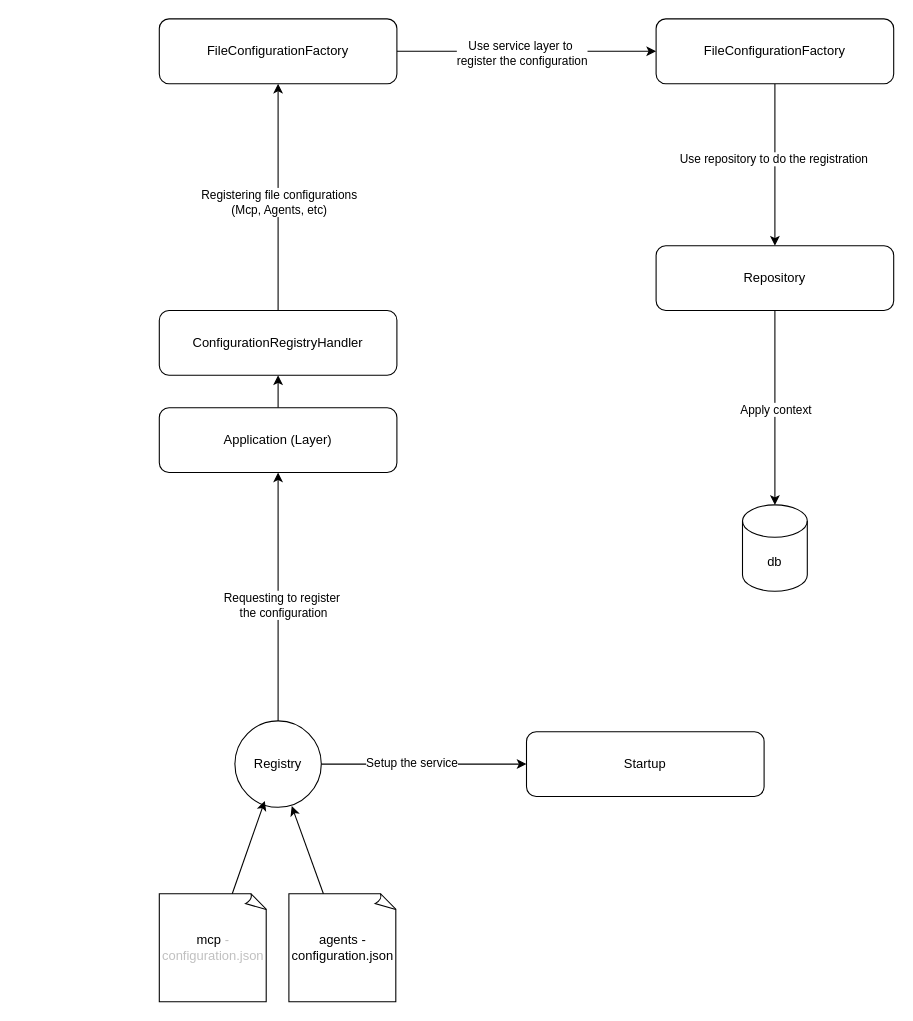
The draw.io diagram page "file-configurations" (1 of 2) of architecture/drawio/life-cycle.drawio in jeff-nasseri/Thalamus, before the edit. Source tidied: cells renumbered, new cells numbered last; positions are measured from the earlier drawing's top-left corner, leaving out a move shared by most shapes. Both pictures are drawn from the tidied source at 108%, with x=0, y=0 at pixel (159, 18).
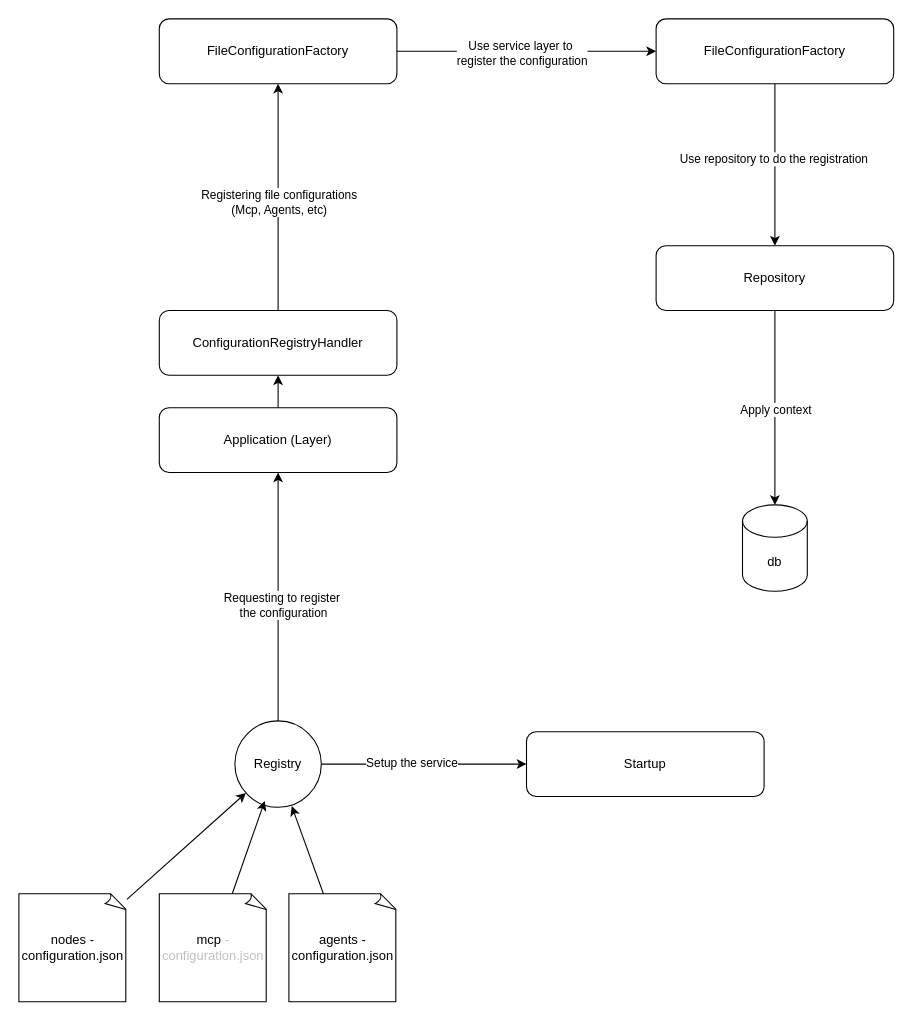
The same page after the edit.

Commit message (it also covers changes not shown here):
docs(architecture): add nodes configuration to life-cycle diagram and create nodes-pool template

Add nodes-configuration.json document to the file-configurations diagram showing its connection to the configuration flow. Create comprehensive nodes-pool.json.tmpl template defining physical servers, VMs, and embedded devices with detailed hardware, software, network, and firewall specifications for infrastructure management.

The change refers to these unchanged cells:
```xml
<mxCell id="11" value="Registry" style="ellipse;whiteSpace=wrap;html=1;" parent="1" vertex="1">
  <mxGeometry x="70" y="650" width="80" height="80" as="geometry" />
</mxCell>
```

Change to the diagram source:
```diff
@@
+    <mxCell id="27" style="edgeStyle=none;html=1;" parent="1" edge="1" source="28" target="11">
+      <mxGeometry relative="1" as="geometry" />
+    </mxCell>
+    <mxCell id="28" value="nodes -configuration.json" style="whiteSpace=wrap;html=1;shape=mxgraph.basic.document;" parent="1" vertex="1">
+      <mxGeometry x="-130" y="810" width="100" height="100" as="geometry" />
+    </mxCell>
```
